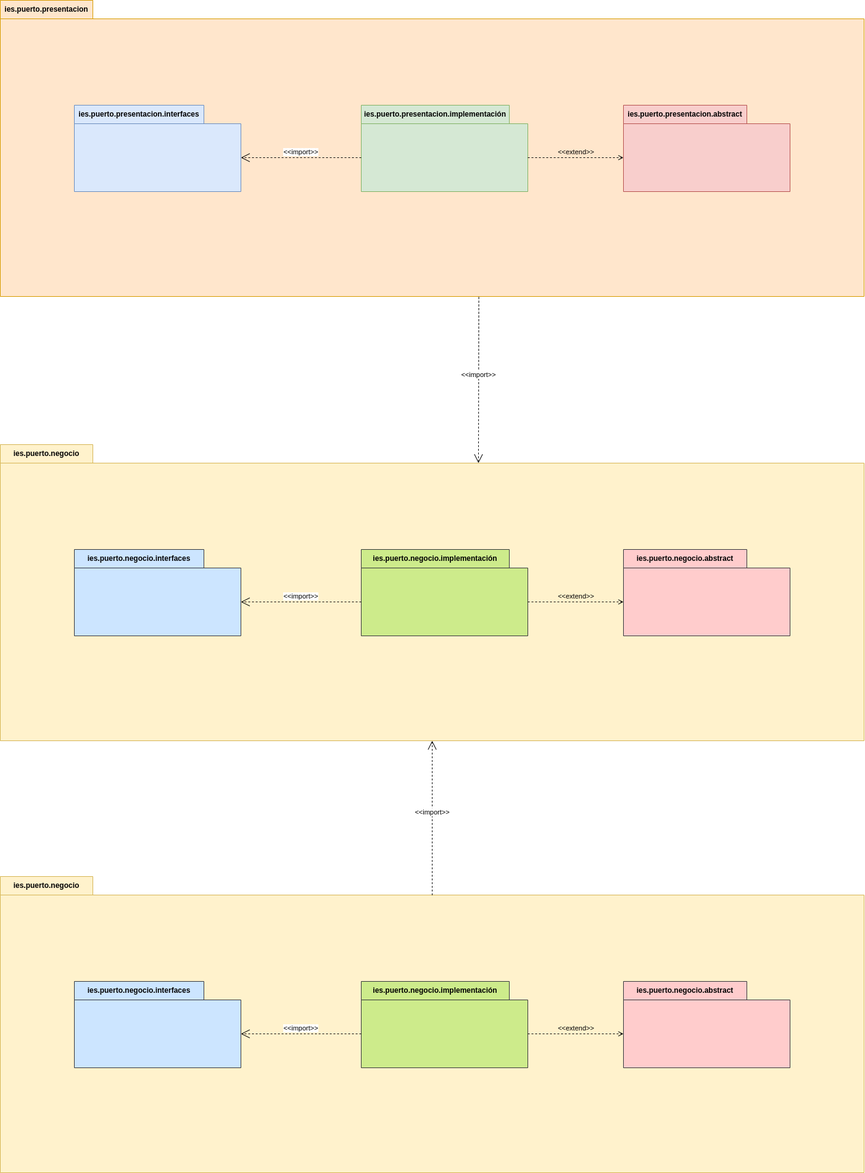
Before: PruebaDiagramaPaquetes.png, a diagram exported from draw.io (PeterMartEsc/ETS). Source tidied: cells renumbered, new cells last; positions are measured from the earlier drawing's top-left corner, leaving out a move shared by most shapes.
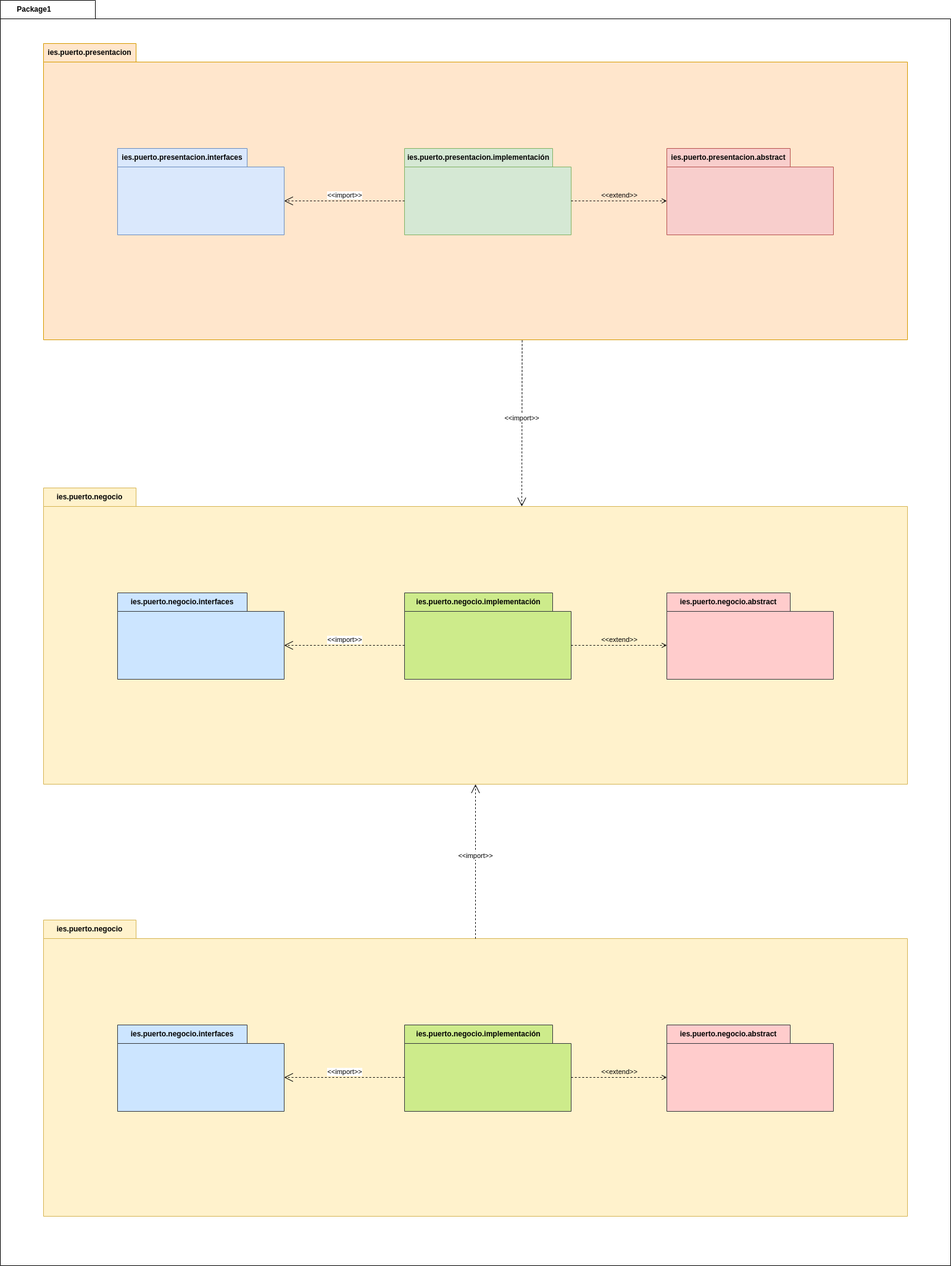
The same diagram one commit later.

What changed in the source:
```diff
@@ -2,6 +2,9 @@
   <root>
     <mxCell id="0" />
     <mxCell id="1" parent="0" />
+    <mxCell id="22" value="Package1" style="shape=folder;fontStyle=1;tabWidth=110;tabHeight=30;tabPosition=left;html=1;boundedLbl=1;labelInHeader=1;whiteSpace=wrap;fillColor=none;" parent="1" vertex="1">
+      <mxGeometry x="-70" y="-70" width="1540" height="2050" as="geometry" />
+    </mxCell>
     <mxCell id="2" value="ies.puerto.presentacion" style="shape=folder;fontStyle=1;tabWidth=150;tabHeight=30;tabPosition=left;html=1;boundedLbl=1;labelInHeader=1;whiteSpace=wrap;fillColor=#ffe6cc;strokeColor=#d79b00;" parent="1" vertex="1">
       <mxGeometry width="1400" height="480" as="geometry" />
     </mxCell>
```
